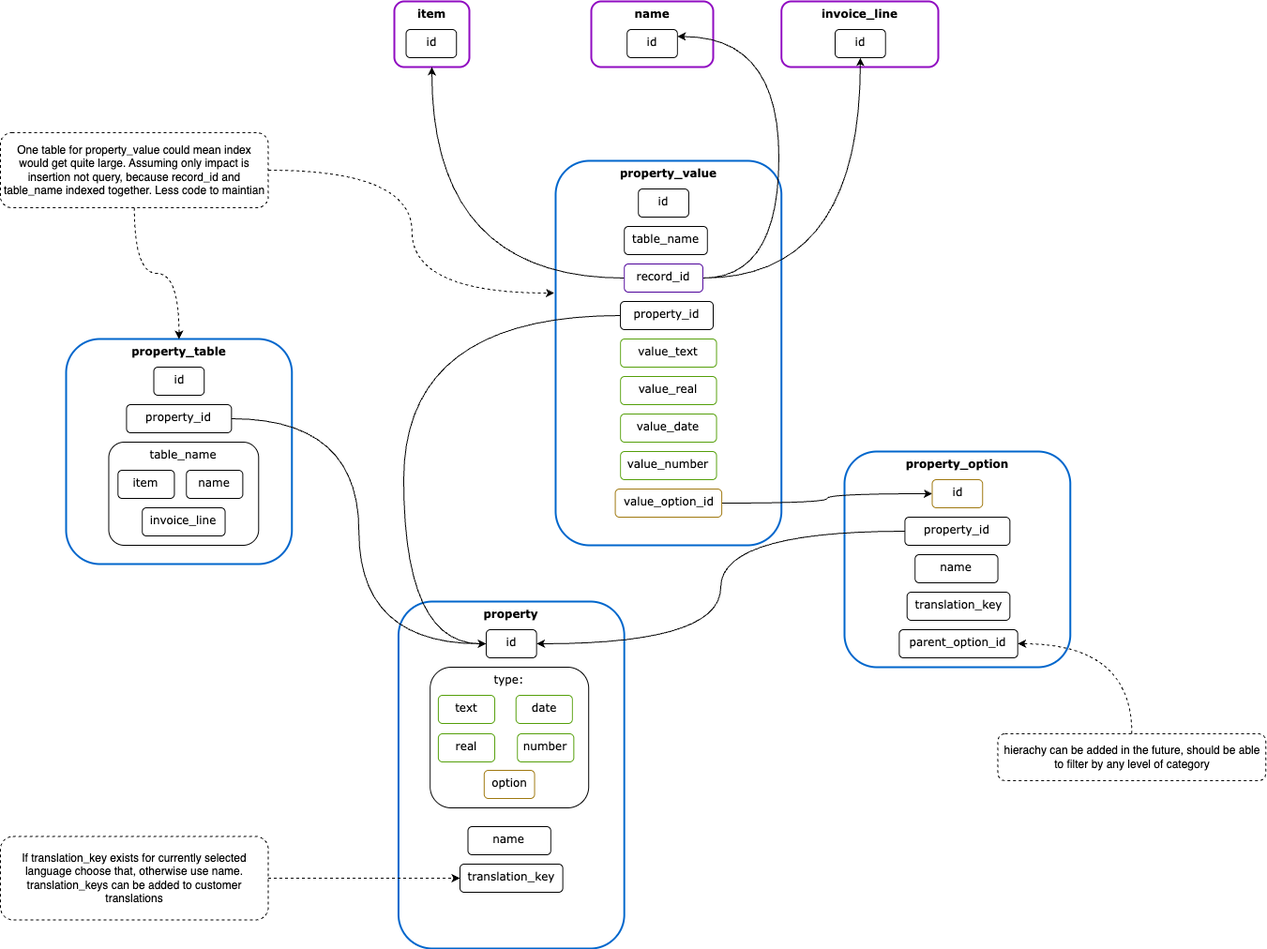
msupply-foundation/open-msupply keeps this draw.io diagram as decisions/media/properties.drawio.png. Above is the earlier version. Source tidied: cells renumbered, new cells last; positions are measured from the earlier drawing's top-left corner, leaving out a move shared by most shapes.
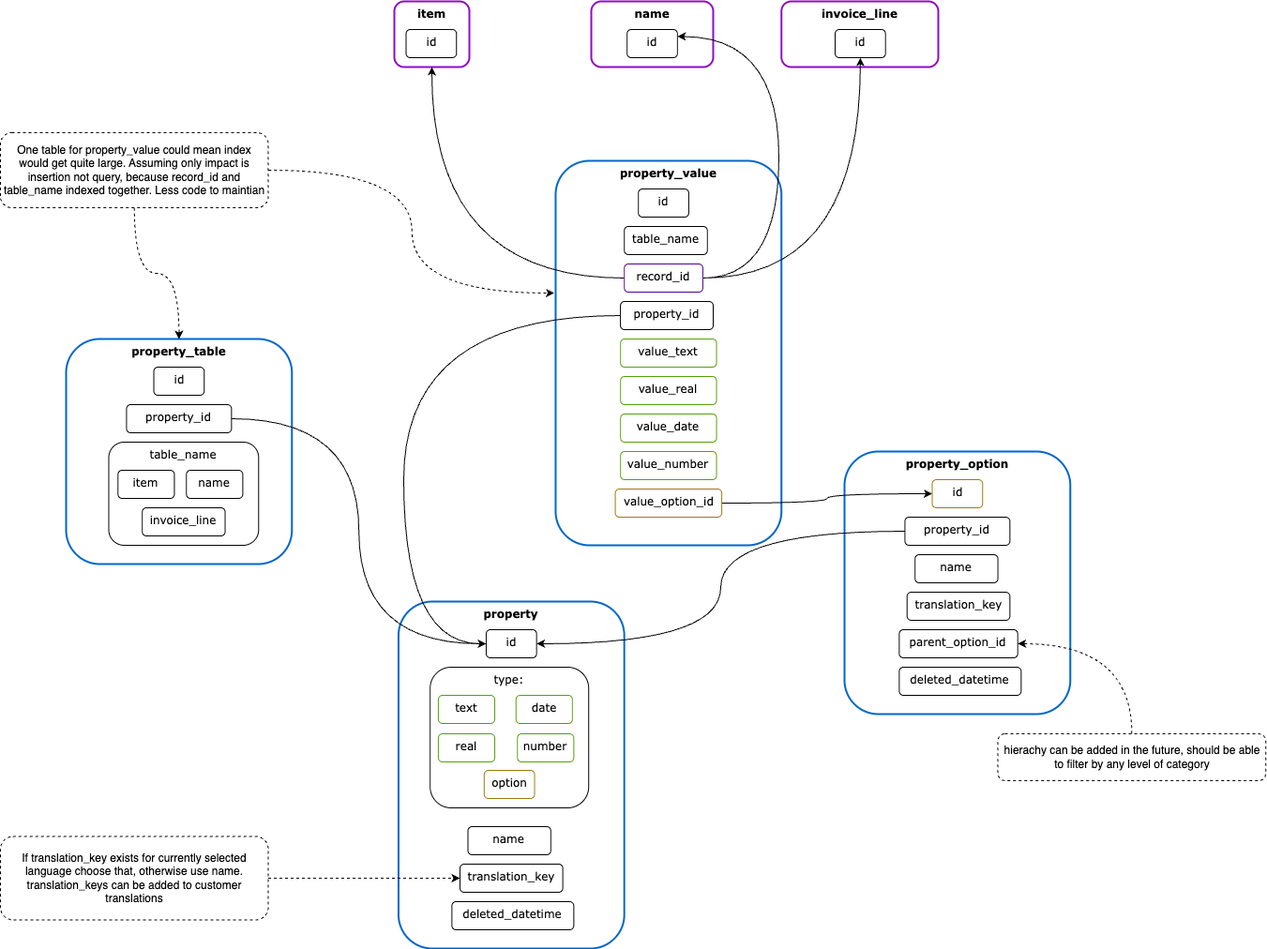
Later version of the same file.

What changed in the source:
```diff
@@ -45,7 +45,7 @@
       <mxGeometry x="515.8" y="820" width="53.7" height="30" as="geometry" />
     </mxCell>
     <mxCell id="16" value="&lt;b&gt;property_option&lt;/b&gt;" style="rounded=1;whiteSpace=wrap;html=1;fontFamily=Verdana;verticalAlign=top;strokeColor=#0066CC;strokeWidth=2;" parent="1" vertex="1">
-      <mxGeometry x="900" y="480" width="240.8" height="230" as="geometry" />
+      <mxGeometry x="900" y="480" width="240.8" height="280" as="geometry" />
     </mxCell>
     <mxCell id="17" value="&lt;b&gt;property_table&lt;/b&gt;" style="rounded=1;whiteSpace=wrap;html=1;fontFamily=Verdana;verticalAlign=top;strokeColor=#0066CC;strokeWidth=2;" parent="1" vertex="1">
       <mxGeometry x="70" y="360" width="240.8" height="240" as="geometry" />
@@ -171,5 +171,11 @@
     <mxCell id="54" style="edgeStyle=orthogonalEdgeStyle;html=1;exitX=1;exitY=0.5;exitDx=0;exitDy=0;entryX=-0.006;entryY=0.344;entryDx=0;entryDy=0;entryPerimeter=0;curved=1;dashed=1;" parent="1" edge="1" source="52" target="32">
       <mxGeometry relative="1" as="geometry" />
     </mxCell>
+    <mxCell id="55" value="deleted_datetime" style="rounded=1;whiteSpace=wrap;html=1;fontFamily=Verdana;verticalAlign=top;" parent="1" vertex="1">
+      <mxGeometry x="481.4" y="960" width="130" height="30" as="geometry" />
+    </mxCell>
+    <mxCell id="56" value="deleted_datetime" style="rounded=1;whiteSpace=wrap;html=1;fontFamily=Verdana;verticalAlign=top;" parent="1" vertex="1">
+      <mxGeometry x="958.4" y="710" width="130" height="30" as="geometry" />
+    </mxCell>
   </root>
 </mxGraphModel>
```
